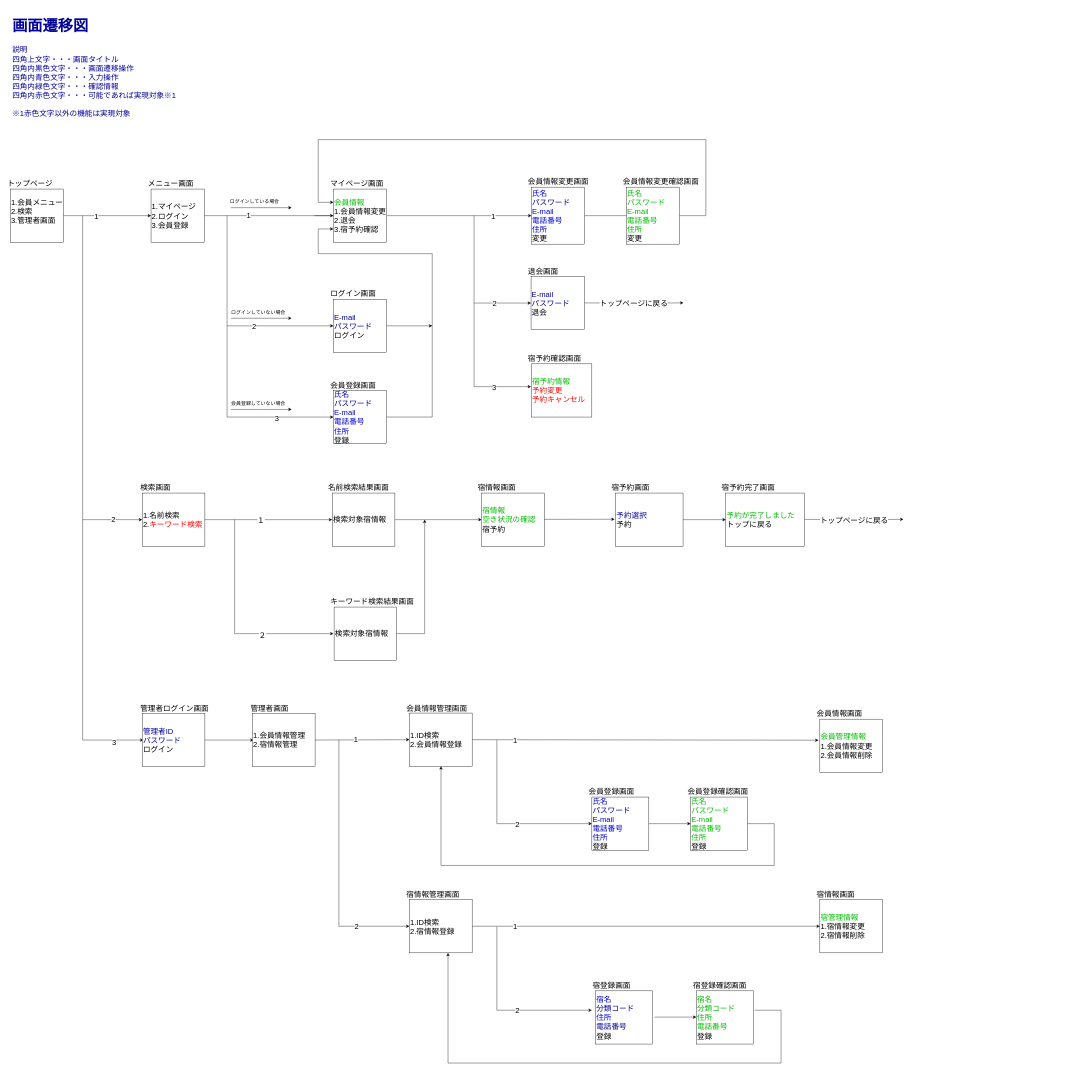
The draw.io diagram 画面遷移図管理者視点.drawio in 2022java42-student006/document, before the edit. Source tidied: cells renumbered, new cells numbered last; positions are measured from the earlier drawing's top-left corner, leaving out a move shared by most shapes. Both pictures are drawn from the tidied source at 38%, with x=0, y=0 at pixel (6, 10).
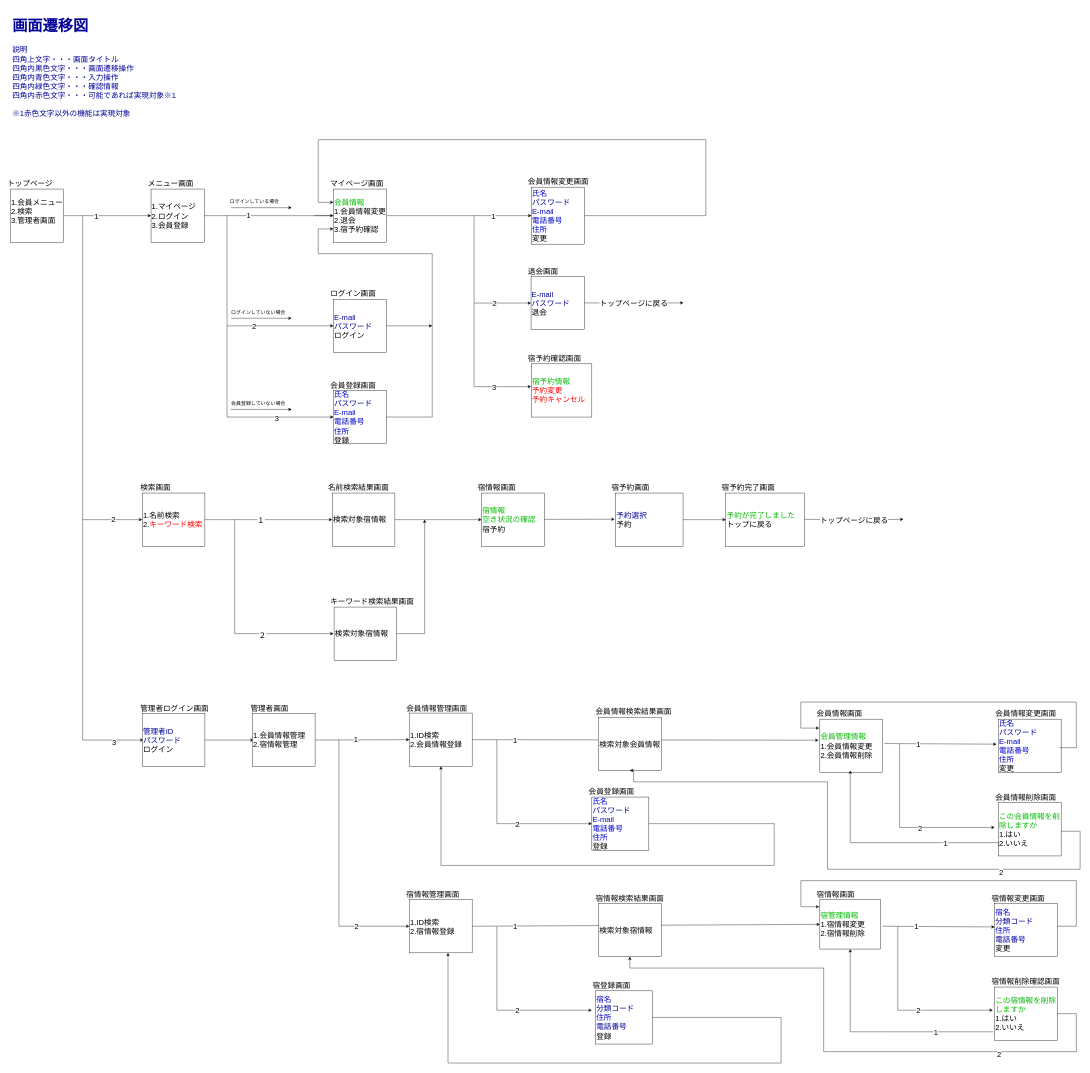
The same page after the edit.

Commit message (it also covers changes not shown here):
画面遷移図を作成しました。

The change refers to these unchanged cells:
```xml
<mxCell id="83" value="1.ID検索&lt;br&gt;2.会員情報登録" style="rounded=0;whiteSpace=wrap;html=1;fontSize=20;align=left;" parent="1" vertex="1">
  <mxGeometry x="1060" y="1849" width="165" height="140" as="geometry" />
</mxCell>
<mxCell id="95" value="&lt;font style=&quot;&quot; color=&quot;#0000cc&quot;&gt;氏名&lt;br&gt;&lt;/font&gt;&lt;font color=&quot;#000099&quot;&gt;パスワード&lt;/font&gt;&lt;br style=&quot;&quot;&gt;&lt;font style=&quot;&quot; color=&quot;#0000cc&quot;&gt;E-mail&lt;/font&gt;&lt;br style=&quot;&quot;&gt;&lt;font style=&quot;&quot; color=&quot;#0000cc&quot;&gt;電話番号&lt;/font&gt;&lt;br style=&quot;&quot;&gt;&lt;font style=&quot;&quot; color=&quot;#0000cc&quot;&gt;住所&lt;/font&gt;&lt;br style=&quot;&quot;&gt;登録" style="rounded=0;whiteSpace=wrap;html=1;fontSize=20;align=left;" parent="1" vertex="1">
  <mxGeometry x="1540" y="2070" width="150" height="140" as="geometry" />
</mxCell>
<mxCell id="103" value="&lt;font style=&quot;&quot; color=&quot;#0000cc&quot;&gt;宿名&lt;br&gt;&lt;/font&gt;&lt;font color=&quot;#000099&quot;&gt;分類コード&lt;/font&gt;&lt;br style=&quot;&quot;&gt;&lt;font style=&quot;&quot; color=&quot;#0000cc&quot;&gt;住所&lt;br&gt;&lt;/font&gt;&lt;font color=&quot;#000099&quot;&gt;電話番号&lt;/font&gt;&lt;br style=&quot;&quot;&gt;登録" style="rounded=0;whiteSpace=wrap;html=1;fontSize=20;align=left;" parent="1" vertex="1">
  <mxGeometry x="1550" y="2580" width="150" height="140" as="geometry" />
</mxCell>
```

What changed in the source:
```diff
@@
-    <mxCell id="71" value="&lt;font color=&quot;#00bb00&quot;&gt;氏名&lt;br&gt;パスワード&lt;br&gt;E-mail&lt;br&gt;電話番号&lt;br&gt;住所&lt;/font&gt;&lt;br&gt;変更" style="rounded=0;whiteSpace=wrap;html=1;fontSize=20;align=left;" parent="1" vertex="1">
-      <mxGeometry x="1631" y="465" width="140" height="150" as="geometry" />
-    </mxCell>
-    <mxCell id="72" value="会員情報変更確認画面" style="text;html=1;strokeColor=none;fillColor=none;align=left;verticalAlign=middle;whiteSpace=wrap;rounded=0;fontSize=20;" parent="1" vertex="1">
-      <mxGeometry x="1620" y="435" width="210" height="30" as="geometry" />
-    </mxCell>
-    <mxCell id="73" style="edgeStyle=orthogonalEdgeStyle;rounded=0;orthogonalLoop=1;jettySize=auto;html=1;exitX=0.5;exitY=1;exitDx=0;exitDy=0;fontSize=20;fontColor=#000099;elbow=vertical;" parent="1" edge="1" source="71" target="71">
-      <mxGeometry relative="1" as="geometry" />
-    </mxCell>
@@
     <mxCell id="91" value="&lt;font color=&quot;#00bb00&quot;&gt;宿管理情報&lt;/font&gt;&lt;br&gt;1.宿情報変更&lt;br&gt;2.宿情報削除" style="rounded=0;whiteSpace=wrap;html=1;fontSize=20;align=left;" parent="1" vertex="1">
-      <mxGeometry x="2140" y="2340" width="165" height="140" as="geometry" />
+      <mxGeometry x="2140" y="2340" width="160" height="130" as="geometry" />
     </mxCell>
@@
-    <mxCell id="105" value="&lt;font color=&quot;#00bb00&quot;&gt;氏名&lt;br&gt;パスワード&lt;br style=&quot;&quot;&gt;E-mail&lt;br style=&quot;&quot;&gt;電話番号&lt;br style=&quot;&quot;&gt;住所&lt;/font&gt;&lt;br style=&quot;&quot;&gt;登録" style="rounded=0;whiteSpace=wrap;html=1;fontSize=20;align=left;" parent="1" vertex="1">
-      <mxGeometry x="1800" y="2070" width="150" height="140" as="geometry" />
-    </mxCell>
-    <mxCell id="106" style="edgeStyle=elbowEdgeStyle;rounded=0;jettySize=auto;html=1;fontSize=20;fontColor=#000099;" parent="1" edge="1" source="107" target="105">
-      <mxGeometry relative="1" as="geometry" />
-    </mxCell>
-    <mxCell id="107" value="会員登録確認画面" style="text;html=1;strokeColor=none;fillColor=none;align=left;verticalAlign=middle;whiteSpace=wrap;rounded=0;fontSize=20;" parent="1" vertex="1">
-      <mxGeometry x="1790" y="2040" width="190" height="30" as="geometry" />
-    </mxCell>
-    <mxCell id="108" style="endArrow=classic;html=1;rounded=0;fontSize=20;fontColor=#00BB00;exitX=1;exitY=0.5;exitDx=0;exitDy=0;entryX=0;entryY=0.5;entryDx=0;entryDy=0;" parent="1" edge="1" source="95" target="105">
-      <mxGeometry relative="1" as="geometry" />
-    </mxCell>
-    <mxCell id="109" style="edgeStyle=orthogonalEdgeStyle;elbow=vertical;endArrow=classic;html=1;rounded=0;fontSize=20;fontColor=#00BB00;exitX=1;exitY=0.5;exitDx=0;exitDy=0;" parent="1" edge="1" source="105" target="83">
+    <mxCell id="109" style="edgeStyle=orthogonalEdgeStyle;elbow=vertical;endArrow=classic;html=1;rounded=0;fontSize=20;fontColor=#00BB00;exitX=1;exitY=0.5;exitDx=0;exitDy=0;" parent="1" edge="1" source="95" target="83">
       <mxGeometry relative="1" as="geometry">
         <Array as="points">
           <mxPoint x="2020" y="2140" />
           <mxPoint x="2020" y="2250" />
           <mxPoint x="1143" y="2250" />
         </Array>
       </mxGeometry>
     </mxCell>
-    <mxCell id="110" value="&lt;font color=&quot;#00bb00&quot;&gt;宿名&lt;br&gt;分類コード&lt;br style=&quot;&quot;&gt;住所&lt;br&gt;電話番号&lt;/font&gt;&lt;br style=&quot;&quot;&gt;登録" style="rounded=0;whiteSpace=wrap;html=1;fontSize=20;align=left;" parent="1" vertex="1">
-      <mxGeometry x="1815" y="2580" width="150" height="140" as="geometry" />
-    </mxCell>
-    <mxCell id="111" value="宿登録確認画面" style="text;html=1;strokeColor=none;fillColor=none;align=left;verticalAlign=middle;whiteSpace=wrap;rounded=0;fontSize=20;" parent="1" vertex="1">
-      <mxGeometry x="1805" y="2550" width="175" height="30" as="geometry" />
-    </mxCell>
-    <mxCell id="112" style="endArrow=classic;html=1;rounded=0;fontSize=20;fontColor=#00BB00;exitX=1;exitY=0.5;exitDx=0;exitDy=0;entryX=0;entryY=0.5;entryDx=0;entryDy=0;" parent="1" edge="1">
-      <mxGeometry relative="1" as="geometry">
-        <mxPoint x="1705" y="2649.1" as="sourcePoint" />
-        <mxPoint x="1815" y="2649.1" as="targetPoint" />
-      </mxGeometry>
-    </mxCell>
-    <mxCell id="113" style="edgeStyle=orthogonalEdgeStyle;elbow=vertical;endArrow=classic;html=1;rounded=0;fontSize=20;fontColor=#00BB00;exitX=1;exitY=0.5;exitDx=0;exitDy=0;" parent="1" edge="1">
+    <mxCell id="113" style="edgeStyle=orthogonalEdgeStyle;elbow=vertical;endArrow=classic;html=1;rounded=0;fontSize=20;fontColor=#00BB00;exitX=1;exitY=0.5;exitDx=0;exitDy=0;" parent="1" edge="1" source="103">
       <mxGeometry relative="1" as="geometry">
-        <mxPoint x="1968.5" y="2631" as="sourcePoint" />
         <mxPoint x="1161.5" y="2480" as="targetPoint" />
         <Array as="points">
-          <mxPoint x="2038" y="2631" />
+          <mxPoint x="2038" y="2650" />
           <mxPoint x="2038" y="2770" />
           <mxPoint x="1161" y="2770" />
         </Array>
       </mxGeometry>
     </mxCell>
+    <mxCell id="114" value="検索対象宿情報" style="rounded=0;whiteSpace=wrap;html=1;fontSize=20;align=left;" parent="1" vertex="1">
+      <mxGeometry x="1557.5" y="2350" width="165" height="140" as="geometry" />
+    </mxCell>
+    <mxCell id="115" value="宿情報検索結果画面" style="text;html=1;strokeColor=none;fillColor=none;align=left;verticalAlign=middle;whiteSpace=wrap;rounded=0;fontSize=20;" parent="1" vertex="1">
+      <mxGeometry x="1547.5" y="2320" width="210" height="30" as="geometry" />
+    </mxCell>
+    <mxCell id="116" value="検索対象会員情報" style="rounded=0;whiteSpace=wrap;html=1;fontSize=20;align=left;" parent="1" vertex="1">
+      <mxGeometry x="1557.5" y="1860" width="165" height="140" as="geometry" />
+    </mxCell>
+    <mxCell id="117" value="会員情報検索結果画面" style="text;html=1;strokeColor=none;fillColor=none;align=left;verticalAlign=middle;whiteSpace=wrap;rounded=0;fontSize=20;" parent="1" vertex="1">
+      <mxGeometry x="1547.5" y="1830" width="210" height="30" as="geometry" />
+    </mxCell>
+    <mxCell id="118" style="endArrow=classic;html=1;rounded=0;fontSize=20;fontColor=#00BB00;edgeStyle=elbowEdgeStyle;entryX=0;entryY=0.5;entryDx=0;entryDy=0;" parent="1" edge="1">
+      <mxGeometry relative="1" as="geometry">
+        <mxPoint x="2350" y="1930" as="sourcePoint" />
+        <mxPoint x="2600" y="2150" as="targetPoint" />
+        <Array as="points">
+          <mxPoint x="2350" y="2150" />
+        </Array>
+      </mxGeometry>
+    </mxCell>
+    <mxCell id="119" value="2" style="edgeLabel;html=1;align=center;verticalAlign=middle;fontSize=20;fontColor=#000000;" parent="118" vertex="1">
+      <mxGeometry x="0.16" relative="1" as="geometry" />
+    </mxCell>
+    <mxCell id="120" style="endArrow=classic;html=1;rounded=0;fontSize=20;fontColor=#000000;exitX=1;exitY=0.5;exitDx=0;exitDy=0;" parent="1" edge="1">
+      <mxGeometry relative="1" as="geometry">
+        <mxPoint x="2310" y="1929.1" as="sourcePoint" />
+        <mxPoint x="2605" y="1930.9" as="targetPoint" />
+      </mxGeometry>
+    </mxCell>
+    <mxCell id="121" value="1" style="edgeLabel;html=1;align=center;verticalAlign=middle;fontSize=20;fontColor=#000000;" parent="120" vertex="1">
+      <mxGeometry x="-0.23" y="-1" relative="1" as="geometry">
+        <mxPoint x="-25" y="-1" as="offset" />
+      </mxGeometry>
+    </mxCell>
+    <mxCell id="122" style="endArrow=classic;html=1;rounded=0;fontSize=20;fontColor=#00BB00;edgeStyle=elbowEdgeStyle;entryX=0;entryY=0.5;entryDx=0;entryDy=0;" parent="1" edge="1">
+      <mxGeometry relative="1" as="geometry">
+        <mxPoint x="2345" y="2410.9" as="sourcePoint" />
+        <mxPoint x="2595" y="2630.9" as="targetPoint" />
+        <Array as="points">
+          <mxPoint x="2345" y="2630.9" />
+        </Array>
+      </mxGeometry>
+    </mxCell>
+    <mxCell id="123" value="2" style="edgeLabel;html=1;align=center;verticalAlign=middle;fontSize=20;fontColor=#000000;" parent="122" vertex="1">
+      <mxGeometry x="0.16" relative="1" as="geometry" />
+    </mxCell>
+    <mxCell id="124" style="endArrow=classic;html=1;rounded=0;fontSize=20;fontColor=#000000;exitX=1;exitY=0.5;exitDx=0;exitDy=0;" parent="1" edge="1">
+      <mxGeometry relative="1" as="geometry">
+        <mxPoint x="2305" y="2410" as="sourcePoint" />
+        <mxPoint x="2600" y="2411.8" as="targetPoint" />
+      </mxGeometry>
+    </mxCell>
+    <mxCell id="125" value="1" style="edgeLabel;html=1;align=center;verticalAlign=middle;fontSize=20;fontColor=#000000;" parent="124" vertex="1">
+      <mxGeometry x="-0.23" y="-1" relative="1" as="geometry">
+        <mxPoint x="-25" y="-1" as="offset" />
+      </mxGeometry>
+    </mxCell>
+    <mxCell id="71" value="&lt;font style=&quot;&quot; color=&quot;#0000cc&quot;&gt;氏名&lt;br&gt;&lt;/font&gt;&lt;font style=&quot;&quot; color=&quot;#000099&quot;&gt;パスワード&lt;/font&gt;&lt;br style=&quot;&quot;&gt;&lt;font style=&quot;&quot; color=&quot;#0000cc&quot;&gt;E-mail&lt;/font&gt;&lt;br style=&quot;&quot;&gt;&lt;font style=&quot;&quot; color=&quot;#0000cc&quot;&gt;電話番号&lt;/font&gt;&lt;br style=&quot;&quot;&gt;&lt;font style=&quot;&quot; color=&quot;#0000cc&quot;&gt;住所&lt;/font&gt;&lt;br style=&quot;&quot;&gt;変更" style="rounded=0;whiteSpace=wrap;html=1;fontSize=20;align=left;" parent="1" vertex="1">
+      <mxGeometry x="2610" y="1865" width="165" height="140" as="geometry" />
+    </mxCell>
+    <mxCell id="126" value="会員情報変更画面" style="text;html=1;strokeColor=none;fillColor=none;align=left;verticalAlign=middle;whiteSpace=wrap;rounded=0;fontSize=20;" parent="1" vertex="1">
+      <mxGeometry x="2600" y="1835" width="210" height="30" as="geometry" />
+    </mxCell>
+    <mxCell id="127" value="&lt;font color=&quot;#00bb00&quot;&gt;この会員情報を削除しますか&lt;/font&gt;&lt;br&gt;1.はい&lt;br&gt;2.いいえ" style="rounded=0;whiteSpace=wrap;html=1;fontSize=20;align=left;" parent="1" vertex="1">
+      <mxGeometry x="2610" y="2085" width="165" height="140" as="geometry" />
+    </mxCell>
+    <mxCell id="128" value="会員情報削除画面" style="text;html=1;strokeColor=none;fillColor=none;align=left;verticalAlign=middle;whiteSpace=wrap;rounded=0;fontSize=20;" parent="1" vertex="1">
+      <mxGeometry x="2600" y="2055" width="210" height="30" as="geometry" />
+    </mxCell>
+    <mxCell id="129" value="&lt;font style=&quot;&quot; color=&quot;#0000cc&quot;&gt;宿名&lt;br&gt;&lt;/font&gt;&lt;font style=&quot;&quot; color=&quot;#000099&quot;&gt;分類コード&lt;/font&gt;&lt;br style=&quot;&quot;&gt;&lt;font style=&quot;&quot; color=&quot;#0000cc&quot;&gt;住所&lt;br&gt;&lt;/font&gt;&lt;font style=&quot;&quot; color=&quot;#000099&quot;&gt;電話番号&lt;/font&gt;&lt;br style=&quot;&quot;&gt;変更" style="rounded=0;whiteSpace=wrap;html=1;fontSize=20;align=left;" parent="1" vertex="1">
+      <mxGeometry x="2600" y="2350" width="165" height="140" as="geometry" />
+    </mxCell>
+    <mxCell id="130" value="宿情報変更画面" style="text;html=1;strokeColor=none;fillColor=none;align=left;verticalAlign=middle;whiteSpace=wrap;rounded=0;fontSize=20;" parent="1" vertex="1">
+      <mxGeometry x="2590" y="2320" width="210" height="30" as="geometry" />
+    </mxCell>
+    <mxCell id="131" value="&lt;font style=&quot;&quot; color=&quot;#00bb00&quot;&gt;この宿情報を削除しますか&lt;/font&gt;&lt;br style=&quot;&quot;&gt;&lt;span style=&quot;&quot;&gt;1.はい&lt;/span&gt;&lt;br style=&quot;&quot;&gt;&lt;span style=&quot;&quot;&gt;2.いいえ&lt;/span&gt;" style="rounded=0;whiteSpace=wrap;html=1;fontSize=20;align=left;" parent="1" vertex="1">
+      <mxGeometry x="2600" y="2570" width="165" height="140" as="geometry" />
+    </mxCell>
+    <mxCell id="132" value="宿情報削除確認画面" style="text;html=1;strokeColor=none;fillColor=none;align=left;verticalAlign=middle;whiteSpace=wrap;rounded=0;fontSize=20;" parent="1" vertex="1">
+      <mxGeometry x="2590" y="2540" width="210" height="30" as="geometry" />
+    </mxCell>
+    <mxCell id="133" style="edgeStyle=segmentEdgeStyle;endArrow=classic;html=1;rounded=0;fontColor=#00BB00;entryX=0.5;entryY=1;entryDx=0;entryDy=0;" parent="1" edge="1" target="114">
+      <mxGeometry relative="1" as="geometry">
+        <mxPoint x="2765" y="2640" as="sourcePoint" />
+        <Array as="points">
+          <mxPoint x="2815" y="2640" />
+          <mxPoint x="2815" y="2740" />
+          <mxPoint x="2150" y="2740" />
+          <mxPoint x="2150" y="2520" />
+          <mxPoint x="1640" y="2520" />
+        </Array>
+      </mxGeometry>
+    </mxCell>
+    <mxCell id="134" value="2" style="edgeLabel;html=1;align=center;verticalAlign=middle;fontColor=#000000;fontSize=20;" parent="133" vertex="1">
+      <mxGeometry x="-0.55" y="6" relative="1" as="geometry" />
+    </mxCell>
+    <mxCell id="135" style="edgeStyle=segmentEdgeStyle;endArrow=classic;html=1;rounded=0;fontSize=20;fontColor=#000000;exitX=-0.021;exitY=0.841;exitDx=0;exitDy=0;exitPerimeter=0;entryX=0.5;entryY=1;entryDx=0;entryDy=0;" parent="1" edge="1" source="131" target="91">
+      <mxGeometry relative="1" as="geometry">
+        <Array as="points">
+          <mxPoint x="2220" y="2688" />
+        </Array>
+      </mxGeometry>
+    </mxCell>
+    <mxCell id="136" value="1" style="edgeLabel;html=1;align=center;verticalAlign=middle;fontSize=20;fontColor=#000000;" parent="135" vertex="1">
+      <mxGeometry x="-0.49" relative="1" as="geometry" />
+    </mxCell>
+    <mxCell id="137" style="edgeStyle=segmentEdgeStyle;endArrow=classic;html=1;rounded=0;fontColor=#00BB00;entryX=0.5;entryY=1;entryDx=0;entryDy=0;" parent="1" edge="1" target="116">
+      <mxGeometry relative="1" as="geometry">
+        <mxPoint x="2775" y="2160" as="sourcePoint" />
+        <Array as="points">
+          <mxPoint x="2825" y="2160" />
+          <mxPoint x="2825" y="2260" />
+          <mxPoint x="2160" y="2260" />
+          <mxPoint x="2160" y="2030" />
+          <mxPoint x="1650" y="2030" />
+          <mxPoint x="1650" y="2000" />
+        </Array>
+      </mxGeometry>
+    </mxCell>
+    <mxCell id="138" value="2" style="edgeLabel;html=1;align=center;verticalAlign=middle;fontColor=#000000;fontSize=20;" parent="137" vertex="1">
+      <mxGeometry x="-0.55" y="6" relative="1" as="geometry" />
+    </mxCell>
+    <mxCell id="139" style="edgeStyle=segmentEdgeStyle;endArrow=classic;html=1;rounded=0;fontSize=20;fontColor=#000000;" parent="1" edge="1">
+      <mxGeometry relative="1" as="geometry">
+        <mxPoint x="2610" y="2200" as="sourcePoint" />
+        <mxPoint x="2220" y="2000" as="targetPoint" />
+        <Array as="points">
+          <mxPoint x="2607" y="2190" />
+          <mxPoint x="2230" y="2190" />
+        </Array>
+      </mxGeometry>
+    </mxCell>
+    <mxCell id="140" value="1" style="edgeLabel;html=1;align=center;verticalAlign=middle;fontSize=20;fontColor=#000000;" parent="139" vertex="1">
+      <mxGeometry x="-0.49" relative="1" as="geometry" />
+    </mxCell>
+    <mxCell id="141" style="edgeStyle=segmentEdgeStyle;endArrow=classic;html=1;rounded=0;fontSize=20;fontColor=#000000;entryX=-0.01;entryY=0.143;entryDx=0;entryDy=0;entryPerimeter=0;" parent="1" edge="1" target="91">
+      <mxGeometry relative="1" as="geometry">
+        <mxPoint x="2765" y="2410" as="sourcePoint" />
+        <Array as="points">
+          <mxPoint x="2815" y="2410" />
+          <mxPoint x="2815" y="2290" />
+          <mxPoint x="2090" y="2290" />
+          <mxPoint x="2090" y="2359" />
+        </Array>
+      </mxGeometry>
+    </mxCell>
+    <mxCell id="142" style="edgeStyle=segmentEdgeStyle;endArrow=classic;html=1;rounded=0;fontSize=20;fontColor=#000000;entryX=-0.01;entryY=0.143;entryDx=0;entryDy=0;entryPerimeter=0;" parent="1" edge="1">
+      <mxGeometry relative="1" as="geometry">
+        <mxPoint x="2770" y="1940.1" as="sourcePoint" />
+        <mxPoint x="2138.3" y="1888.6" as="targetPoint" />
+        <Array as="points">
+          <mxPoint x="2814.9" y="1940" />
+          <mxPoint x="2814.9" y="1820" />
+          <mxPoint x="2089.9" y="1820" />
+          <mxPoint x="2089.9" y="1889" />
+        </Array>
+      </mxGeometry>
+    </mxCell>
```
